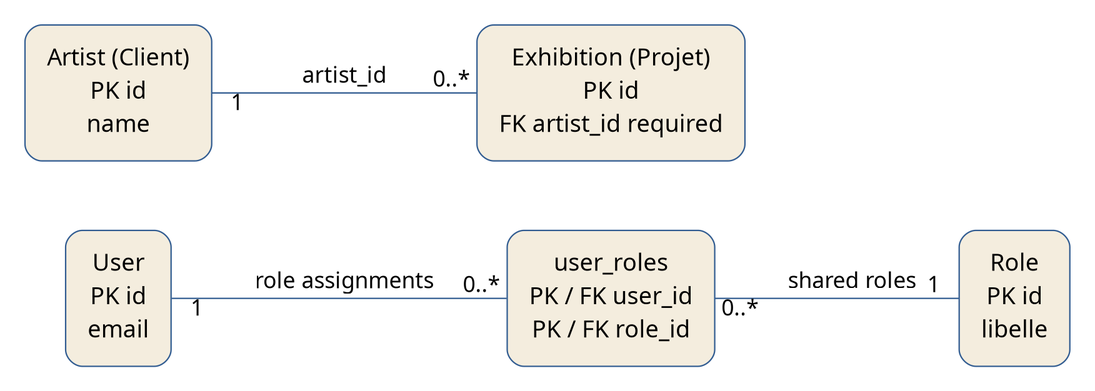
Above: docs/diagrams/cdc-overview.png in aziza-bellanes/angluar-springboot-project (Graphviz), before the change. Its source is kept beside it as docs/diagrams/cdc-overview.dot.
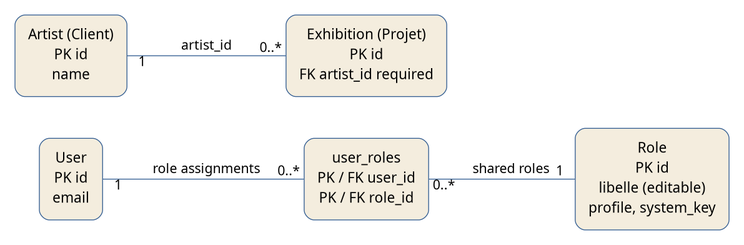
The same file after the commit.

What changed in the source:
```diff
@@ -4,7 +4,7 @@
   edge [dir=none, color="#315c91", fontname="DejaVu Sans", fontsize=16, labeldistance=2.0];
   users [label="User\nPK id\nemail"];
   user_roles [label="user_roles\nPK / FK user_id\nPK / FK role_id"];
-  roles [label="Role\nPK id\nlibelle"];
+  roles [label="Role\nPK id\nlibelle (editable)\nprofile, system_key"];
   artists [label="Artist (Client)\nPK id\nname"];
   exhibitions [label="Exhibition (Projet)\nPK id\nFK artist_id required"];
   users -> user_roles [taillabel="1", headlabel="0..*", label="role assignments"];
```
